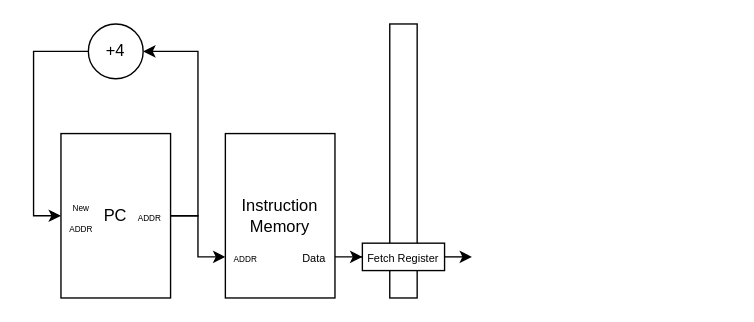
Before: docs/imgs/microarchitecture/multi-cycle_datapath.drawio in WachirawichN/C0-CPU, a draw.io diagram. Source tidied: cells renumbered, new cells numbered last; positions are measured from the earlier drawing's top-left corner, leaving out a move shared by most shapes. Both pictures are drawn from the tidied source at 137%, with x=0, y=0 at pixel (33, 23).
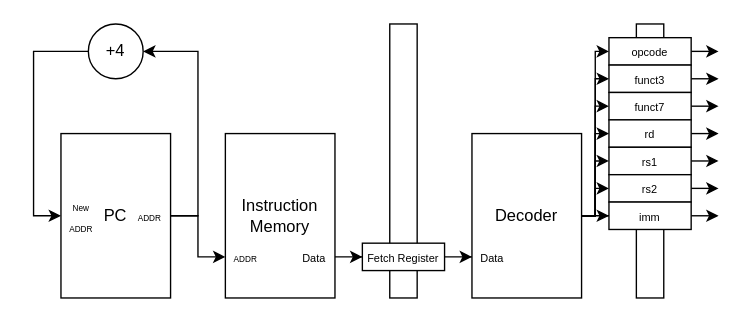
The same page after the edit.

Commit message:
Forgot to add the image source file.

The change refers to these unchanged cells:
```xml
<mxCell id="17" value="&lt;div&gt;&lt;font style=&quot;font-size: 8px;&quot;&gt;Fetch Register&lt;/font&gt;&lt;/div&gt;" style="rounded=0;whiteSpace=wrap;html=1;strokeColor=light-dark(#000000,#FFFFFF);fillColor=light-dark(#FFFFFF,#000000);" parent="1" vertex="1">
  <mxGeometry x="240" y="160" width="60" height="20" as="geometry" />
</mxCell>
```

Change to the diagram source:
```diff
@@
-    <mxCell id="16" style="edgeStyle=orthogonalEdgeStyle;rounded=0;jettySize=auto;html=1;" parent="1" edge="1" source="17">
-      <mxGeometry relative="1" as="geometry">
-        <mxPoint x="320" y="170" as="targetPoint" />
-      </mxGeometry>
-    </mxCell>
+    <mxCell id="18" style="edgeStyle=orthogonalEdgeStyle;rounded=0;jettySize=auto;html=1;entryX=0;entryY=0.5;entryDx=0;entryDy=0;" parent="1" edge="1" source="17" target="21">
+      <mxGeometry relative="1" as="geometry" />
+    </mxCell>
@@
+    <mxCell id="19" style="group;" parent="1" vertex="1">
+      <mxGeometry x="320" y="80" width="80" height="120" as="geometry" />
+    </mxCell>
+    <mxCell id="20" value="Decoder" style="rounded=0;whiteSpace=wrap;html=1;strokeColor=light-dark(#000000,#FFFFFF);fillColor=light-dark(#FFFFFF,#000000);" parent="19" vertex="1">
+      <mxGeometry width="80" height="120" as="geometry" />
+    </mxCell>
+    <mxCell id="21" value="&lt;font style=&quot;font-size: 8px;&quot;&gt;Data&lt;/font&gt;" style="text;html=1;whiteSpace=wrap;strokeColor=none;fillColor=none;align=center;verticalAlign=middle;rounded=0;" parent="19" vertex="1">
+      <mxGeometry y="75" width="30" height="30" as="geometry" />
+    </mxCell>
+    <mxCell id="22" style="group;" parent="1" vertex="1">
+      <mxGeometry x="420" width="60" height="200" as="geometry" />
+    </mxCell>
+    <mxCell id="23" style="rounded=0;whiteSpace=wrap;html=1;strokeColor=light-dark(#000000,#FFFFFF);fillColor=light-dark(#FFFFFF,#000000);" parent="22" vertex="1">
+      <mxGeometry x="20" width="20" height="200" as="geometry" />
+    </mxCell>
+    <mxCell id="24" style="edgeStyle=orthogonalEdgeStyle;rounded=0;jettySize=auto;html=1;" parent="22" edge="1" source="25">
+      <mxGeometry relative="1" as="geometry">
+        <mxPoint x="80" y="20" as="targetPoint" />
+      </mxGeometry>
+    </mxCell>
+    <mxCell id="25" value="&lt;font style=&quot;font-size: 8px;&quot;&gt;opcode&lt;/font&gt;" style="rounded=0;whiteSpace=wrap;html=1;strokeColor=light-dark(#000000,#FFFFFF);fillColor=light-dark(#FFFFFF,#000000);" parent="22" vertex="1">
+      <mxGeometry y="10" width="60" height="20" as="geometry" />
+    </mxCell>
+    <mxCell id="26" style="edgeStyle=orthogonalEdgeStyle;rounded=0;jettySize=auto;html=1;" parent="22" edge="1" source="27">
+      <mxGeometry relative="1" as="geometry">
+        <mxPoint x="80" y="40" as="targetPoint" />
+      </mxGeometry>
+    </mxCell>
+    <mxCell id="27" value="&lt;font style=&quot;font-size: 8px;&quot;&gt;funct3&lt;/font&gt;" style="rounded=0;whiteSpace=wrap;html=1;strokeColor=light-dark(#000000,#FFFFFF);fillColor=light-dark(#FFFFFF,#000000);" parent="22" vertex="1">
+      <mxGeometry y="30" width="60" height="20" as="geometry" />
+    </mxCell>
+    <mxCell id="28" style="edgeStyle=orthogonalEdgeStyle;rounded=0;jettySize=auto;html=1;" parent="22" edge="1" source="29">
+      <mxGeometry relative="1" as="geometry">
+        <mxPoint x="80" y="60" as="targetPoint" />
+      </mxGeometry>
+    </mxCell>
+    <mxCell id="29" value="&lt;div&gt;&lt;font style=&quot;font-size: 8px;&quot;&gt;funct7&lt;/font&gt;&lt;/div&gt;" style="rounded=0;whiteSpace=wrap;html=1;strokeColor=light-dark(#000000,#FFFFFF);fillColor=light-dark(#FFFFFF,#000000);" parent="22" vertex="1">
+      <mxGeometry y="50" width="60" height="20" as="geometry" />
+    </mxCell>
+    <mxCell id="30" style="edgeStyle=orthogonalEdgeStyle;rounded=0;jettySize=auto;html=1;" parent="22" edge="1" source="31">
+      <mxGeometry relative="1" as="geometry">
+        <mxPoint x="80" y="80" as="targetPoint" />
+      </mxGeometry>
+    </mxCell>
+    <mxCell id="31" value="&lt;div&gt;&lt;font style=&quot;font-size: 8px;&quot;&gt;rd&lt;/font&gt;&lt;/div&gt;" style="rounded=0;whiteSpace=wrap;html=1;strokeColor=light-dark(#000000,#FFFFFF);fillColor=light-dark(#FFFFFF,#000000);" parent="22" vertex="1">
+      <mxGeometry y="70" width="60" height="20" as="geometry" />
+    </mxCell>
+    <mxCell id="32" style="edgeStyle=orthogonalEdgeStyle;rounded=0;jettySize=auto;html=1;" parent="22" edge="1" source="33">
+      <mxGeometry relative="1" as="geometry">
+        <mxPoint x="80" y="100" as="targetPoint" />
+      </mxGeometry>
+    </mxCell>
+    <mxCell id="33" value="&lt;font style=&quot;font-size: 8px;&quot;&gt;rs1&lt;/font&gt;" style="rounded=0;whiteSpace=wrap;html=1;strokeColor=light-dark(#000000,#FFFFFF);fillColor=light-dark(#FFFFFF,#000000);" parent="22" vertex="1">
+      <mxGeometry y="90" width="60" height="20" as="geometry" />
+    </mxCell>
+    <mxCell id="34" style="edgeStyle=orthogonalEdgeStyle;rounded=0;jettySize=auto;html=1;" parent="22" edge="1" source="35">
+      <mxGeometry relative="1" as="geometry">
+        <mxPoint x="80" y="120" as="targetPoint" />
+      </mxGeometry>
+    </mxCell>
+    <mxCell id="35" value="&lt;font style=&quot;font-size: 8px;&quot;&gt;rs2&lt;/font&gt;" style="rounded=0;whiteSpace=wrap;html=1;strokeColor=light-dark(#000000,#FFFFFF);fillColor=light-dark(#FFFFFF,#000000);" parent="22" vertex="1">
+      <mxGeometry y="110" width="60" height="20" as="geometry" />
+    </mxCell>
+    <mxCell id="36" style="edgeStyle=orthogonalEdgeStyle;rounded=0;jettySize=auto;html=1;" parent="22" edge="1" source="37">
+      <mxGeometry relative="1" as="geometry">
+        <mxPoint x="80" y="140" as="targetPoint" />
+      </mxGeometry>
+    </mxCell>
+    <mxCell id="37" value="&lt;font style=&quot;font-size: 8px;&quot;&gt;imm&lt;/font&gt;" style="rounded=0;whiteSpace=wrap;html=1;strokeColor=light-dark(#000000,#FFFFFF);fillColor=light-dark(#FFFFFF,#000000);" parent="22" vertex="1">
+      <mxGeometry y="130" width="60" height="20" as="geometry" />
+    </mxCell>
+    <mxCell id="38" style="edgeStyle=orthogonalEdgeStyle;rounded=0;jettySize=auto;html=1;entryX=0;entryY=0.5;entryDx=0;entryDy=0;" parent="1" edge="1" source="20" target="25">
+      <mxGeometry relative="1" as="geometry">
+        <Array as="points">
+          <mxPoint x="410" y="140" />
+          <mxPoint x="410" y="20" />
+        </Array>
+      </mxGeometry>
+    </mxCell>
+    <mxCell id="39" style="edgeStyle=orthogonalEdgeStyle;rounded=0;jettySize=auto;html=1;entryX=0;entryY=0.5;entryDx=0;entryDy=0;" parent="1" edge="1" source="20" target="27">
+      <mxGeometry relative="1" as="geometry">
+        <Array as="points">
+          <mxPoint x="410" y="140" />
+          <mxPoint x="410" y="40" />
+        </Array>
+      </mxGeometry>
+    </mxCell>
+    <mxCell id="40" style="edgeStyle=orthogonalEdgeStyle;rounded=0;jettySize=auto;html=1;entryX=0;entryY=0.5;entryDx=0;entryDy=0;" parent="1" edge="1" source="20" target="29">
+      <mxGeometry relative="1" as="geometry">
+        <Array as="points">
+          <mxPoint x="410" y="140" />
+          <mxPoint x="410" y="60" />
+        </Array>
+      </mxGeometry>
+    </mxCell>
+    <mxCell id="41" style="edgeStyle=orthogonalEdgeStyle;rounded=0;jettySize=auto;html=1;entryX=0;entryY=0.5;entryDx=0;entryDy=0;" parent="1" edge="1" source="20" target="31">
+      <mxGeometry relative="1" as="geometry">
+        <Array as="points">
+          <mxPoint x="410" y="140" />
+          <mxPoint x="410" y="80" />
+        </Array>
+      </mxGeometry>
+    </mxCell>
+    <mxCell id="42" style="edgeStyle=orthogonalEdgeStyle;rounded=0;jettySize=auto;html=1;entryX=0;entryY=0.5;entryDx=0;entryDy=0;" parent="1" edge="1" source="20" target="33">
+      <mxGeometry relative="1" as="geometry">
+        <Array as="points">
+          <mxPoint x="410" y="140" />
+          <mxPoint x="410" y="100" />
+        </Array>
+      </mxGeometry>
+    </mxCell>
+    <mxCell id="43" style="edgeStyle=orthogonalEdgeStyle;rounded=0;jettySize=auto;html=1;entryX=0;entryY=0.5;entryDx=0;entryDy=0;" parent="1" edge="1" source="20" target="35">
+      <mxGeometry relative="1" as="geometry">
+        <Array as="points">
+          <mxPoint x="410" y="140" />
+          <mxPoint x="410" y="120" />
+        </Array>
+      </mxGeometry>
+    </mxCell>
+    <mxCell id="44" style="edgeStyle=orthogonalEdgeStyle;rounded=0;jettySize=auto;html=1;entryX=0;entryY=0.5;entryDx=0;entryDy=0;" parent="1" edge="1" source="20" target="37">
+      <mxGeometry relative="1" as="geometry" />
+    </mxCell>
```
